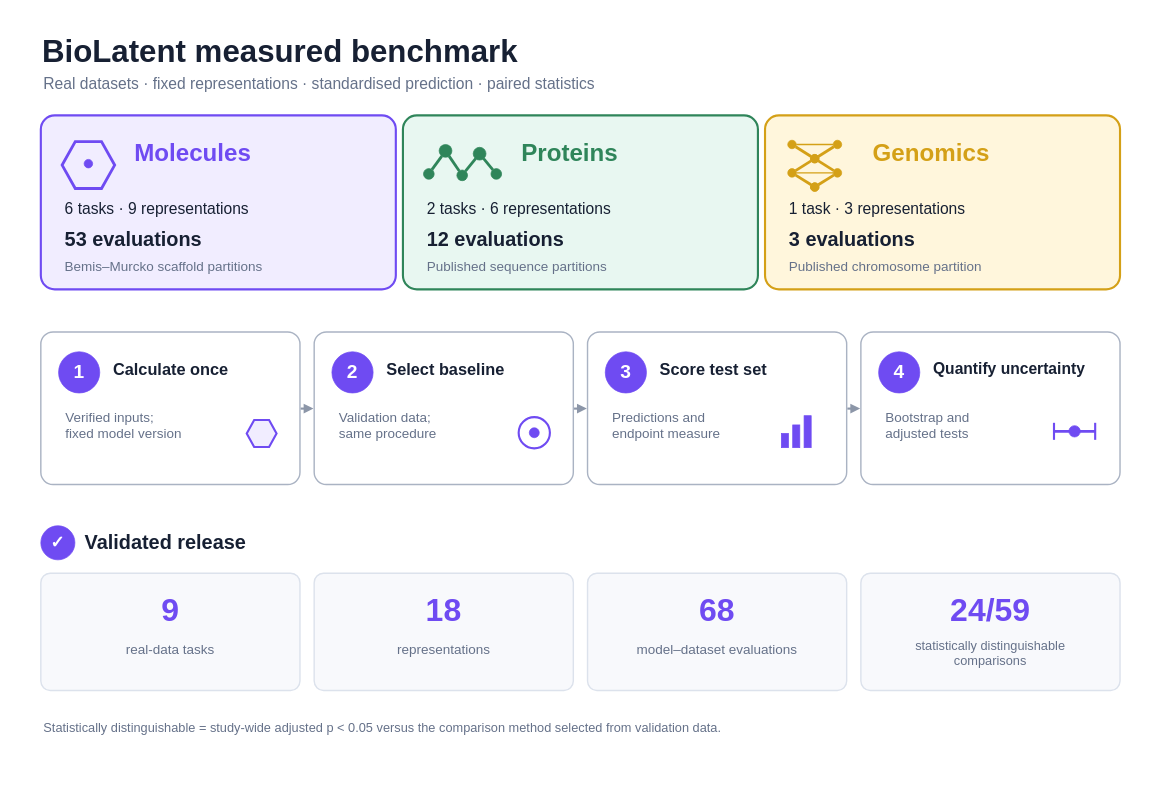
This is paper/figures/figure1_study_design.drawio from yboulaamane/biolatent, a draw.io file, before an edit. Source tidied: cells renumbered, new cells numbered last; positions are measured from the earlier drawing's top-left corner, leaving out a move shared by most shapes. Both pictures are drawn from the tidied source at 71%, with x=0, y=0 at pixel (12, 12).
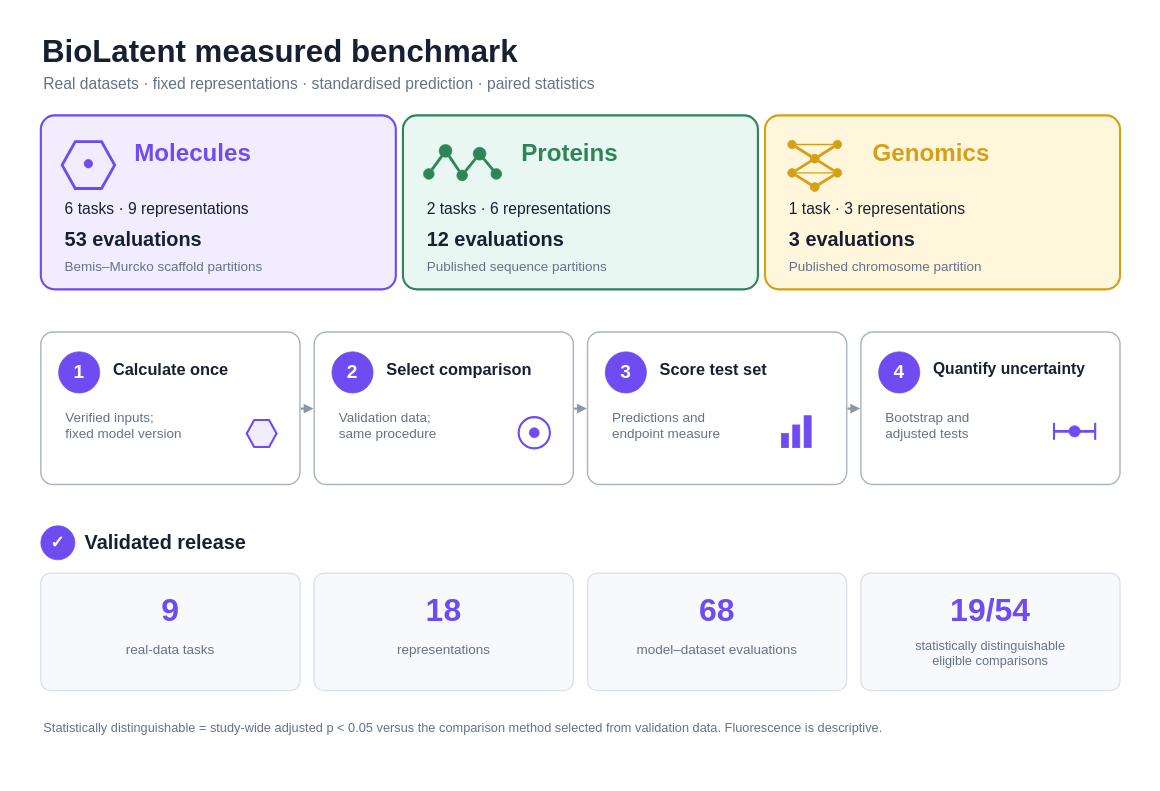
The same page after the edit.

Diff of the diagram source:
```diff
@@
-    <mxCell id="58" value="Select baseline" style="text;html=1;strokeColor=none;fillColor=none;align=left;verticalAlign=middle;whiteSpace=wrap;fontFamily=Arial;fontSize=23;fontStyle=1;fontColor=#172033;" parent="1" vertex="1">
+    <mxCell id="58" value="Select comparison" style="text;html=1;strokeColor=none;fillColor=none;align=left;verticalAlign=middle;whiteSpace=wrap;fontFamily=Arial;fontSize=23;fontStyle=1;fontColor=#172033;" parent="1" vertex="1">
       <mxGeometry x="525" y="482" width="230" height="42" as="geometry" />
     </mxCell>
@@
-    <mxCell id="87" value="24/59" style="text;html=1;strokeColor=none;fillColor=none;align=center;verticalAlign=middle;whiteSpace=wrap;fontFamily=Arial;fontSize=45;fontStyle=1;fontColor=#6F4BF2;" parent="1" vertex="1">
+    <mxCell id="87" value="19/54" style="text;html=1;strokeColor=none;fillColor=none;align=center;verticalAlign=middle;whiteSpace=wrap;fontFamily=Arial;fontSize=45;fontStyle=1;fontColor=#6F4BF2;" parent="1" vertex="1">
       <mxGeometry x="1225" y="810" width="305" height="64" as="geometry" />
     </mxCell>
@@
-    <mxCell id="91" value="statistically distinguishable&lt;br&gt;comparisons" style="text;html=1;strokeColor=none;fillColor=none;align=center;verticalAlign=top;whiteSpace=wrap;fontFamily=Arial;fontSize=18;fontColor=#657189;" parent="1" vertex="1">
+    <mxCell id="91" value="statistically distinguishable&lt;br&gt;eligible comparisons" style="text;html=1;strokeColor=none;fillColor=none;align=center;verticalAlign=top;whiteSpace=wrap;fontFamily=Arial;fontSize=18;fontColor=#657189;" parent="1" vertex="1">
       <mxGeometry x="1225" y="875" width="305" height="58" as="geometry" />
     </mxCell>
-    <mxCell id="92" value="Statistically distinguishable = study-wide adjusted p &amp;lt; 0.05 versus the comparison method selected from validation data." style="text;html=1;strokeColor=none;fillColor=none;align=left;verticalAlign=middle;whiteSpace=wrap;fontFamily=Arial;fontSize=18;fontColor=#657189;" parent="1" vertex="1">
+    <mxCell id="92" value="Statistically distinguishable = study-wide adjusted p &amp;lt; 0.05 versus the comparison method selected from validation data. Fluorescence is descriptive." style="text;html=1;strokeColor=none;fillColor=none;align=left;verticalAlign=middle;whiteSpace=wrap;fontFamily=Arial;fontSize=18;fontColor=#657189;" parent="1" vertex="1">
       <mxGeometry x="42" y="985" width="1510" height="45" as="geometry" />
     </mxCell>
```
